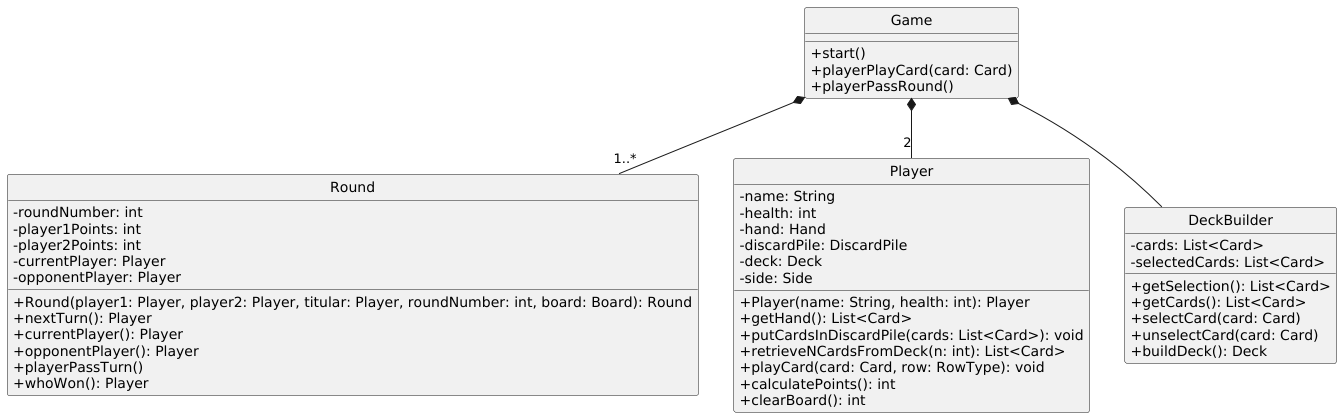
Above: diagrams/classes/game.png in Yonhir/algo3_proyecto_base_tp2 (PlantUML), before the change.
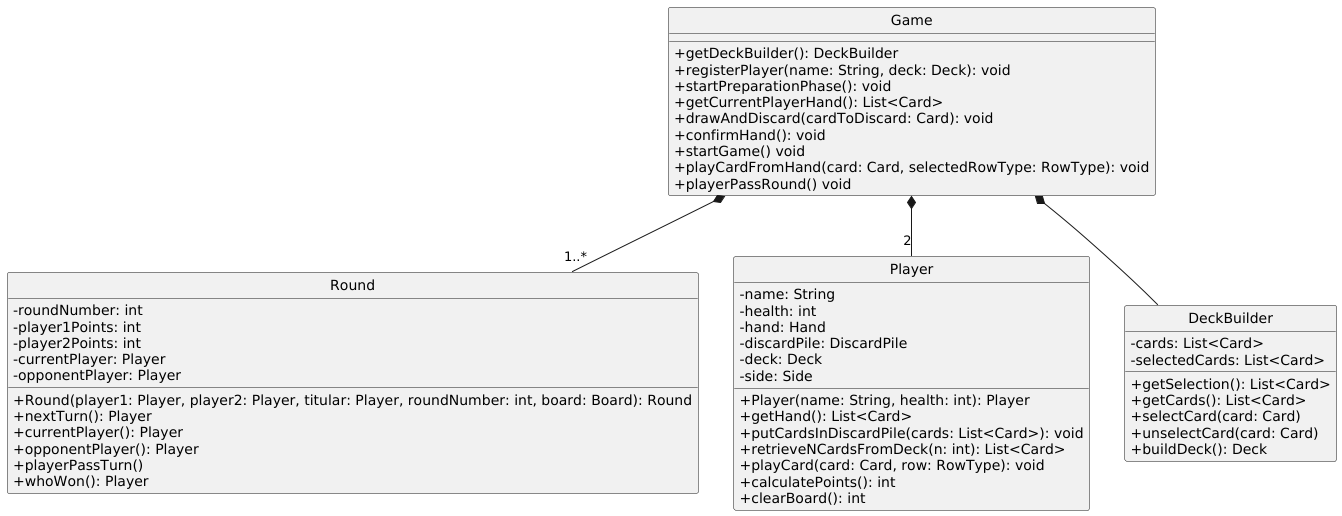
The same file after the commit.

Commit message:
métodos de la clase Game agregados

What changed in the source:
```diff
@@ -5,9 +5,15 @@
 skinparam classAttributeIconSize 0
 
 class Game {
-  +start()
-  +playerPlayCard(card: Card)
-  +playerPassRound()
+  +getDeckBuilder(): DeckBuilder
+  +registerPlayer(name: String, deck: Deck): void
+  +startPreparationPhase(): void
+  +getCurrentPlayerHand(): List<Card>
+  +drawAndDiscard(cardToDiscard: Card): void
+  +confirmHand(): void
+  +startGame() void
+  +playCardFromHand(card: Card, selectedRowType: RowType): void
+  +playerPassRound() void
 }
 
 class Round {
```
